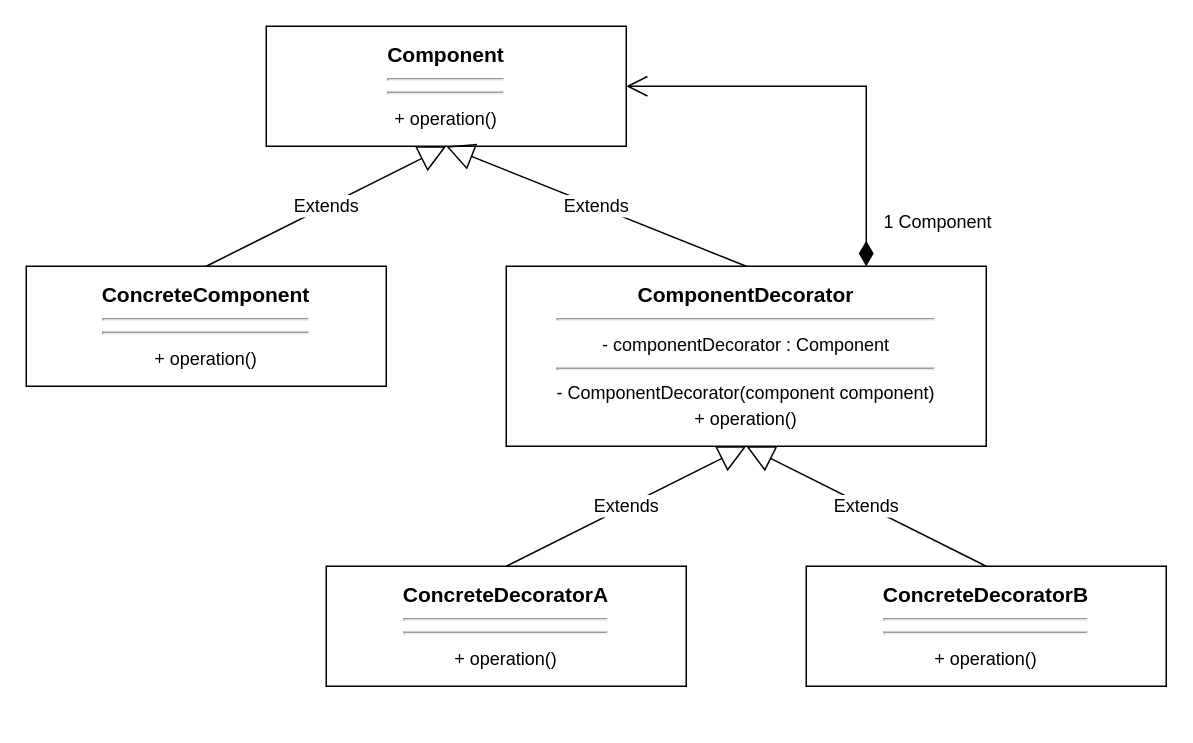
Above: DecoratorPattern.drawio in jongHyeon0000/bitcamp-study (draw.io), before the change. Source tidied: cells renumbered, new cells numbered last; positions are measured from the earlier drawing's top-left corner, leaving out a move shared by most shapes. Both pictures are drawn from the tidied source at 150%, with x=0, y=0 at pixel (26, 26).
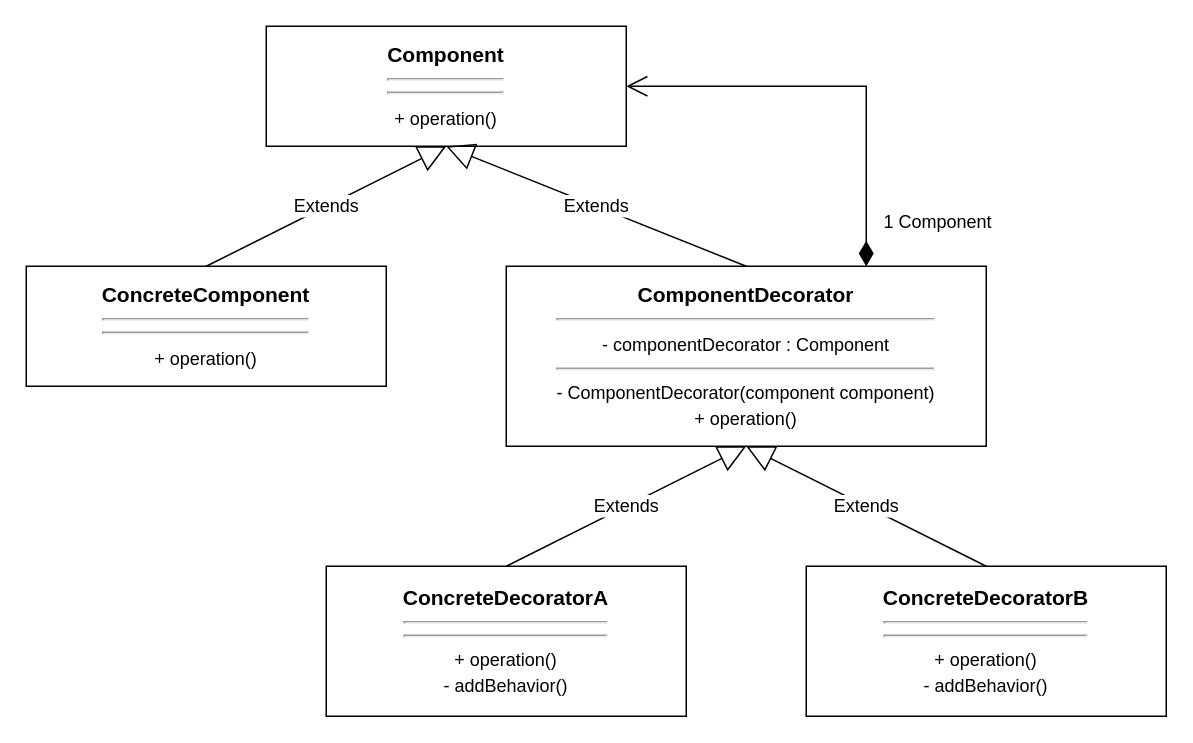
Above is the later version.

What changed in the source:
```diff
@@
 <mxGraphModel>
   <root>
     <mxCell id="0" />
     <mxCell id="1" parent="0" />
     <mxCell id="2" value="&lt;b&gt;Component&lt;br&gt;&lt;/b&gt;&lt;hr&gt;&lt;hr style=&quot;font-size: 13px;&quot;&gt;&lt;span style=&quot;font-size: 12px;&quot;&gt;+ operation()&lt;/span&gt;" style="rounded=0;whiteSpace=wrap;html=1;fontSize=14;fontColor=#000000;fillColor=default;gradientColor=none;" parent="1" vertex="1">
       <mxGeometry x="160" width="240" height="80" as="geometry" />
     </mxCell>
     <mxCell id="3" value="&lt;b&gt;ConcreteComponent&lt;br&gt;&lt;/b&gt;&lt;hr&gt;&lt;hr style=&quot;font-size: 13px;&quot;&gt;&lt;span style=&quot;font-size: 12px;&quot;&gt;+ operation()&lt;/span&gt;" style="rounded=0;whiteSpace=wrap;html=1;fontSize=14;fontColor=#000000;fillColor=default;gradientColor=none;" parent="1" vertex="1">
       <mxGeometry y="160" width="240" height="80" as="geometry" />
     </mxCell>
     <mxCell id="4" value="Extends" style="endArrow=block;endSize=16;endFill=0;html=1;rounded=0;fontSize=12;fontColor=#000000;exitX=0.5;exitY=0;exitDx=0;exitDy=0;entryX=0.5;entryY=1;entryDx=0;entryDy=0;" parent="1" edge="1" source="3" target="2">
       <mxGeometry relative="1" as="geometry" />
     </mxCell>
     <mxCell id="5" value="&lt;b&gt;ComponentDecorator&lt;br&gt;&lt;/b&gt;&lt;hr&gt;&lt;font style=&quot;font-size: 12px;&quot;&gt;- componentDecorator : Component&lt;/font&gt;&lt;br&gt;&lt;hr style=&quot;font-size: 13px;&quot;&gt;&lt;span style=&quot;font-size: 12px;&quot;&gt;- ComponentDecorator(component component)&lt;br&gt;+ operation()&lt;/span&gt;" style="rounded=0;whiteSpace=wrap;html=1;fontSize=14;fontColor=#000000;fillColor=default;gradientColor=none;" parent="1" vertex="1">
       <mxGeometry x="320" y="160" width="320" height="120" as="geometry" />
     </mxCell>
     <mxCell id="6" value="Extends" style="endArrow=block;endSize=16;endFill=0;html=1;rounded=0;fontSize=12;fontColor=#000000;exitX=0.5;exitY=0;exitDx=0;exitDy=0;" parent="1" edge="1" source="5">
       <mxGeometry relative="1" as="geometry">
         <mxPoint x="280" y="80" as="targetPoint" />
       </mxGeometry>
     </mxCell>
-    <mxCell id="7" value="&lt;b&gt;ConcreteDecoratorA&lt;br&gt;&lt;/b&gt;&lt;hr&gt;&lt;hr style=&quot;font-size: 13px;&quot;&gt;&lt;span style=&quot;font-size: 12px;&quot;&gt;+ operation()&lt;/span&gt;" style="rounded=0;whiteSpace=wrap;html=1;fontSize=14;fontColor=#000000;fillColor=default;gradientColor=none;" parent="1" vertex="1">
-      <mxGeometry x="200" y="360" width="240" height="80" as="geometry" />
+    <mxCell id="7" value="&lt;b&gt;ConcreteDecoratorA&lt;br&gt;&lt;/b&gt;&lt;hr&gt;&lt;hr style=&quot;font-size: 13px;&quot;&gt;&lt;span style=&quot;font-size: 12px;&quot;&gt;+ operation()&lt;br&gt;- addBehavior()&lt;br&gt;&lt;/span&gt;" style="rounded=0;whiteSpace=wrap;html=1;fontSize=14;fontColor=#000000;fillColor=default;gradientColor=none;" parent="1" vertex="1">
+      <mxGeometry x="200" y="360" width="240" height="100" as="geometry" />
     </mxCell>
-    <mxCell id="8" value="&lt;b&gt;ConcreteDecoratorB&lt;br&gt;&lt;/b&gt;&lt;hr&gt;&lt;hr style=&quot;font-size: 13px;&quot;&gt;&lt;span style=&quot;font-size: 12px;&quot;&gt;+ operation()&lt;/span&gt;" style="rounded=0;whiteSpace=wrap;html=1;fontSize=14;fontColor=#000000;fillColor=default;gradientColor=none;" parent="1" vertex="1">
-      <mxGeometry x="520" y="360" width="240" height="80" as="geometry" />
+    <mxCell id="8" value="&lt;b&gt;ConcreteDecoratorB&lt;br&gt;&lt;/b&gt;&lt;hr&gt;&lt;hr style=&quot;font-size: 13px;&quot;&gt;&lt;span style=&quot;font-size: 12px;&quot;&gt;+ operation()&lt;br&gt;- addBehavior()&lt;br&gt;&lt;/span&gt;" style="rounded=0;whiteSpace=wrap;html=1;fontSize=14;fontColor=#000000;fillColor=default;gradientColor=none;" parent="1" vertex="1">
+      <mxGeometry x="520" y="360" width="240" height="100" as="geometry" />
     </mxCell>
     <mxCell id="9" value="1 Component" style="endArrow=open;html=1;endSize=12;startArrow=diamondThin;startSize=14;startFill=1;edgeStyle=orthogonalEdgeStyle;align=left;verticalAlign=bottom;rounded=0;fontSize=12;fontColor=#000000;entryX=1;entryY=0.5;entryDx=0;entryDy=0;exitX=0.75;exitY=0;exitDx=0;exitDy=0;" parent="1" edge="1">
       <mxGeometry x="-0.86" y="-10" relative="1" as="geometry">
         <mxPoint x="560" y="160" as="sourcePoint" />
         <mxPoint x="400" y="40" as="targetPoint" />
         <Array as="points">
           <mxPoint x="560" y="160" />
           <mxPoint x="560" y="40" />
         </Array>
       </mxGeometry>
     </mxCell>
     <mxCell id="10" value="Extends" style="endArrow=block;endSize=16;endFill=0;html=1;rounded=0;fontSize=12;fontColor=#000000;exitX=0.5;exitY=0;exitDx=0;exitDy=0;entryX=0.5;entryY=1;entryDx=0;entryDy=0;" parent="1" edge="1" source="7" target="5">
       <mxGeometry relative="1" as="geometry" />
     </mxCell>
     <mxCell id="11" value="Extends" style="endArrow=block;endSize=16;endFill=0;html=1;rounded=0;fontSize=12;fontColor=#000000;exitX=0.5;exitY=0;exitDx=0;exitDy=0;entryX=0.5;entryY=1;entryDx=0;entryDy=0;" parent="1" edge="1" source="8" target="5">
       <mxGeometry relative="1" as="geometry" />
     </mxCell>
   </root>
 </mxGraphModel>
```
